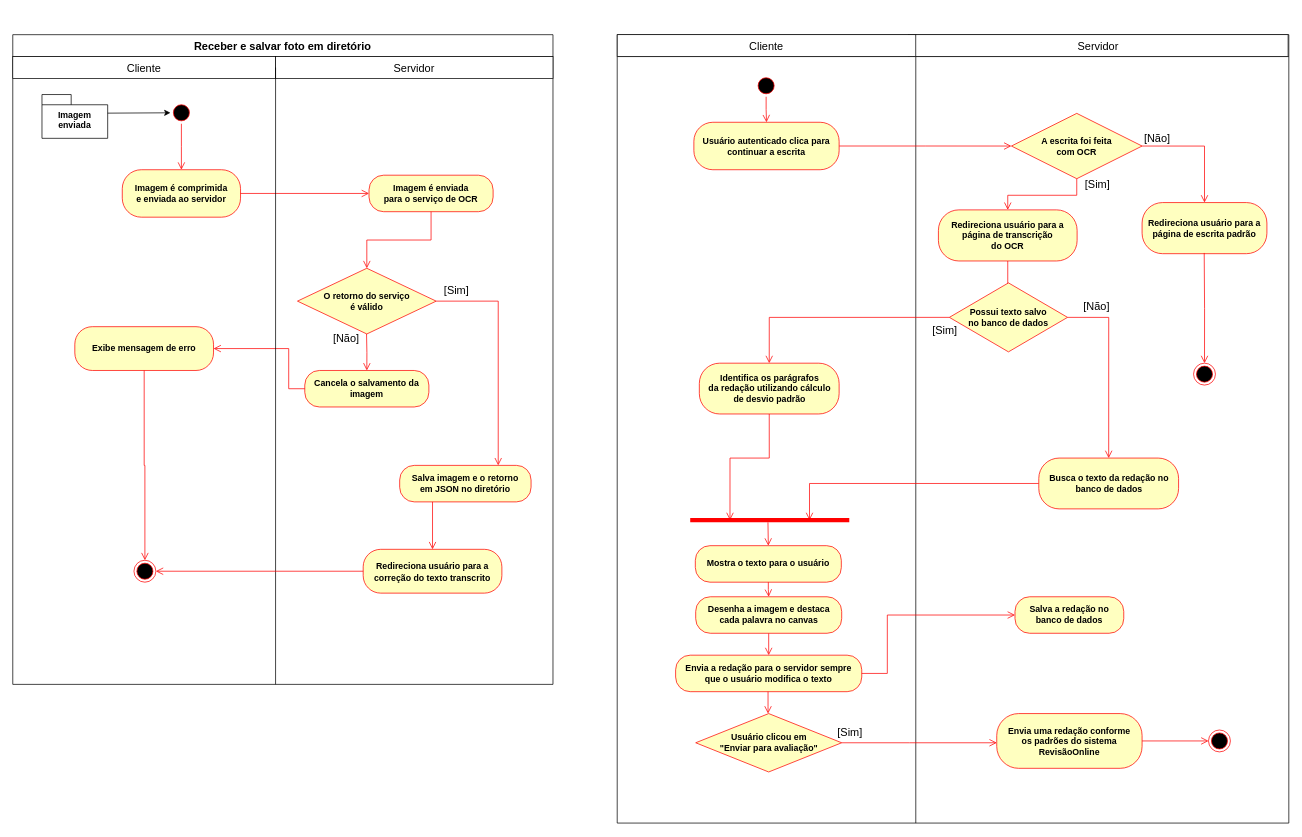
The draw.io diagram Atividade.drawio in zanellaz/javascripto, before the edit. Source tidied: cells renumbered, new cells numbered last; positions are measured from the earlier drawing's top-left corner, leaving out a move shared by most shapes. Both pictures are drawn from the tidied source at 73%, with x=0, y=0 at pixel (12, 34).
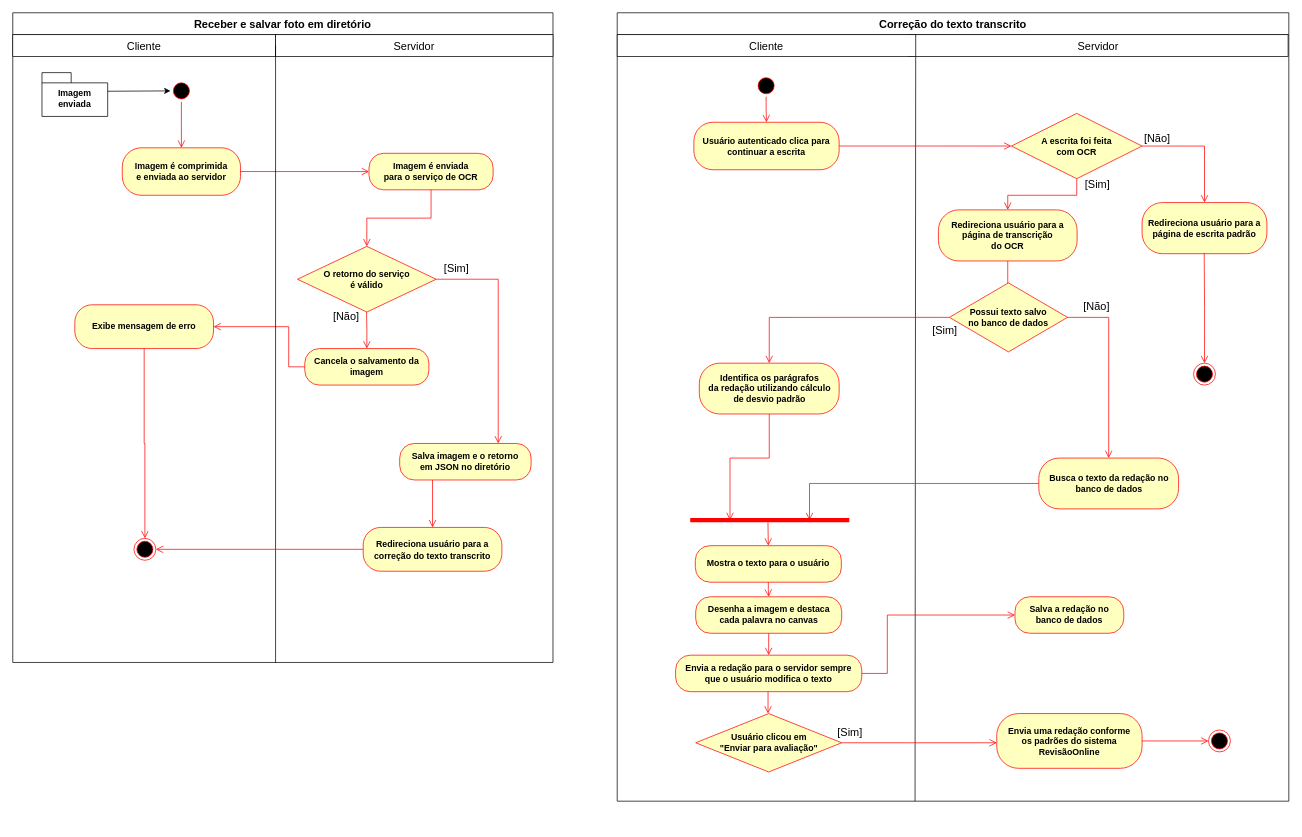
After the change.

Unchanged cells that the change refers to:
```xml
<mxCell id="51" value="&lt;b&gt;Usuário clicou em&lt;br&gt;&quot;Enviar para avaliação&quot;&lt;/b&gt;" style="rhombus;whiteSpace=wrap;html=1;fontColor=#000000;fillColor=#ffffc0;strokeColor=#ff0000;" parent="1" vertex="1">
  <mxGeometry x="935.5" y="930" width="200" height="80" as="geometry" />
</mxCell>
```

Diff of the diagram source:
```diff
@@
     <mxCell id="2" value="&lt;font style=&quot;font-size: 15px;&quot;&gt;Receber e salvar foto em diretório&lt;/font&gt;" style="swimlane;whiteSpace=wrap;html=1;startSize=30;" parent="1" vertex="1">
-      <mxGeometry width="740" height="890" as="geometry" />
+      <mxGeometry y="-30" width="740" height="890" as="geometry" />
     </mxCell>
@@
-    <mxCell id="26" style="swimlane;whiteSpace=wrap;html=1;startSize=30;" parent="1" vertex="1">
-      <mxGeometry x="828" width="920" height="1080" as="geometry" />
+    <mxCell id="26" value="&lt;font style=&quot;font-size: 15px;&quot;&gt;Correção do texto transcrito&lt;/font&gt;" style="swimlane;whiteSpace=wrap;html=1;startSize=30;" parent="1" vertex="1">
+      <mxGeometry x="828" y="-30" width="920" height="1080" as="geometry" />
     </mxCell>
-    <mxCell id="27" style="endArrow=none;html=1;rounded=0;entryX=0;entryY=0;entryDx=0;entryDy=0;" parent="26" edge="1">
+    <mxCell id="27" style="endArrow=none;html=1;rounded=0;entryX=0.021;entryY=0.04;entryDx=0;entryDy=0;entryPerimeter=0;" parent="26" edge="1">
       <mxGeometry relative="1" as="geometry">
-        <mxPoint x="409" y="1080" as="sourcePoint" />
-        <mxPoint x="409" as="targetPoint" />
+        <mxPoint x="408" y="1080" as="sourcePoint" />
+        <mxPoint x="408.9" y="31.2" as="targetPoint" />
       </mxGeometry>
     </mxCell>
@@
-    <mxCell id="56" value="&lt;font style=&quot;font-size: 15px;&quot;&gt;[Sim]&lt;/font&gt;" style="edgeStyle=orthogonalEdgeStyle;html=1;align=left;verticalAlign=top;endArrow=open;endSize=8;strokeColor=#ff0000;rounded=0;exitX=1;exitY=0.5;exitDx=0;exitDy=0;" parent="1" edge="1" source="51">
+    <mxCell id="56" value="&lt;font style=&quot;font-size: 15px;&quot;&gt;[Sim]&lt;/font&gt;" style="edgeStyle=orthogonalEdgeStyle;html=1;align=left;verticalAlign=top;endArrow=open;endSize=8;strokeColor=#ff0000;rounded=0;exitX=1;exitY=0.5;exitDx=0;exitDy=0;" parent="1" edge="1">
       <mxGeometry x="-1" y="31" relative="1" as="geometry">
+        <mxPoint x="1135.5" y="970" as="sourcePoint" />
         <mxPoint x="1348" y="970" as="targetPoint" />
         <Array as="points">
           <mxPoint x="1228.5" y="970" />
           <mxPoint x="1228.5" y="970" />
         </Array>
         <mxPoint x="-8" y="1" as="offset" />
       </mxGeometry>
     </mxCell>
```
